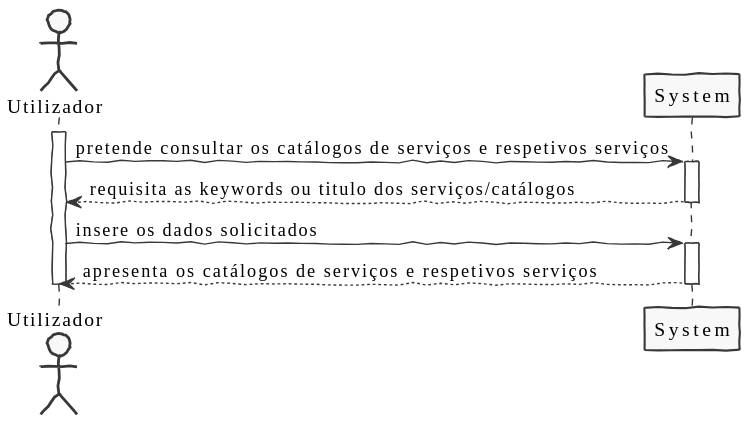
Above: docs/US3001/SSD3001.svg in pedrolemos4/LAPR4 (PlantUML), before the change.
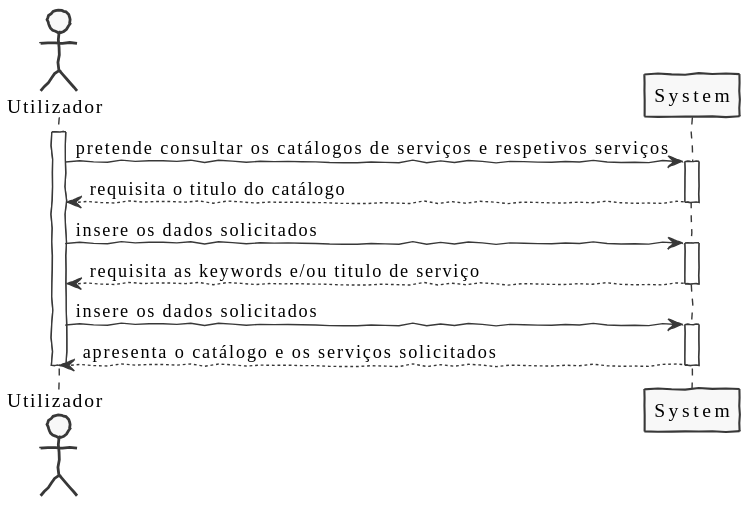
After the change.

The edit, as a diff of the source:
```diff
@@ -10,11 +10,15 @@
 activate Actor
 Actor -> System: pretende consultar os catálogos de serviços e respetivos serviços
 activate System
-System --> Actor: requisita as keywords ou titulo dos serviços/catálogos
+System --> Actor: requisita o titulo do catálogo
 deactivate System
 Actor -> System: insere os dados solicitados
 activate System
-System --> Actor: apresenta os catálogos de serviços e respetivos serviços
+System --> Actor: requisita as keywords e/ou titulo de serviço
+deactivate System
+Actor -> System: insere os dados solicitados
+activate System
+System --> Actor: apresenta o catálogo e os serviços solicitados
 deactivate System
 deactivate Actor
 @enduml
```
